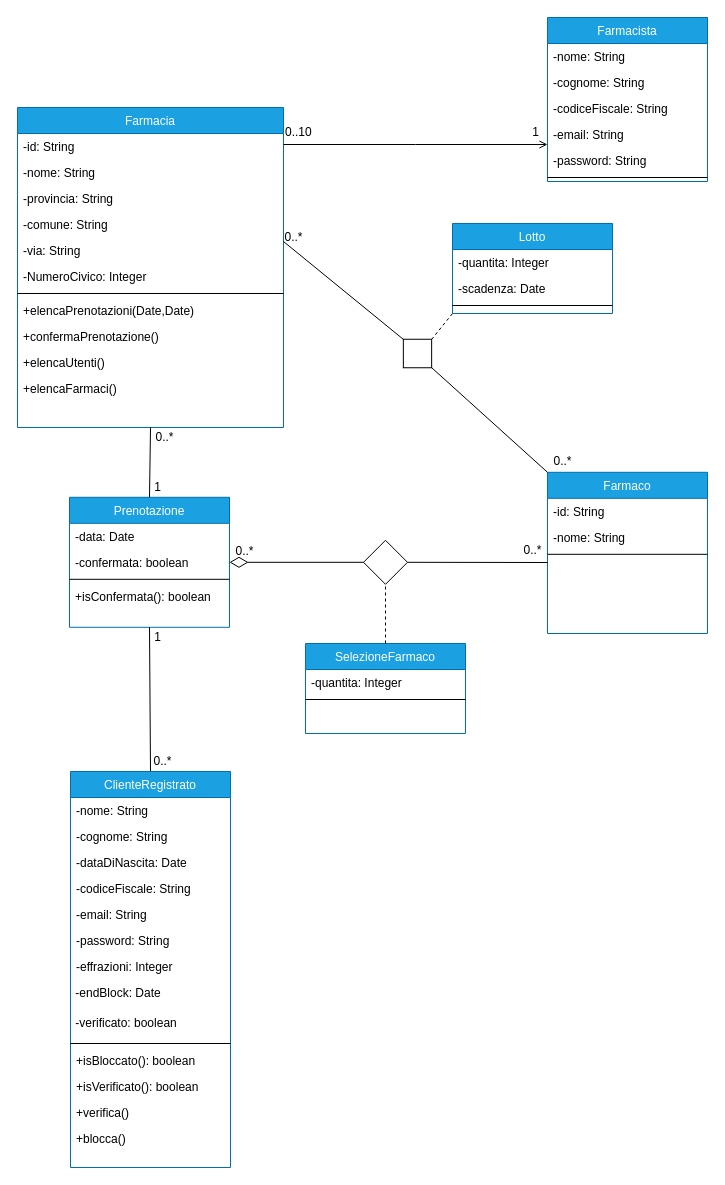
lnwor/farmabyte-doc keeps this draw.io diagram as page "DominioCliente" (1 of 3) of drawio/Progettazione/DettaglioCliente.drawio. Above is the earlier version. Source tidied: cells renumbered, new cells numbered last; positions are measured from the earlier drawing's top-left corner, leaving out a move shared by most shapes. Both pictures are drawn from the tidied source at 100%, with x=0, y=0 at pixel (17, 17).
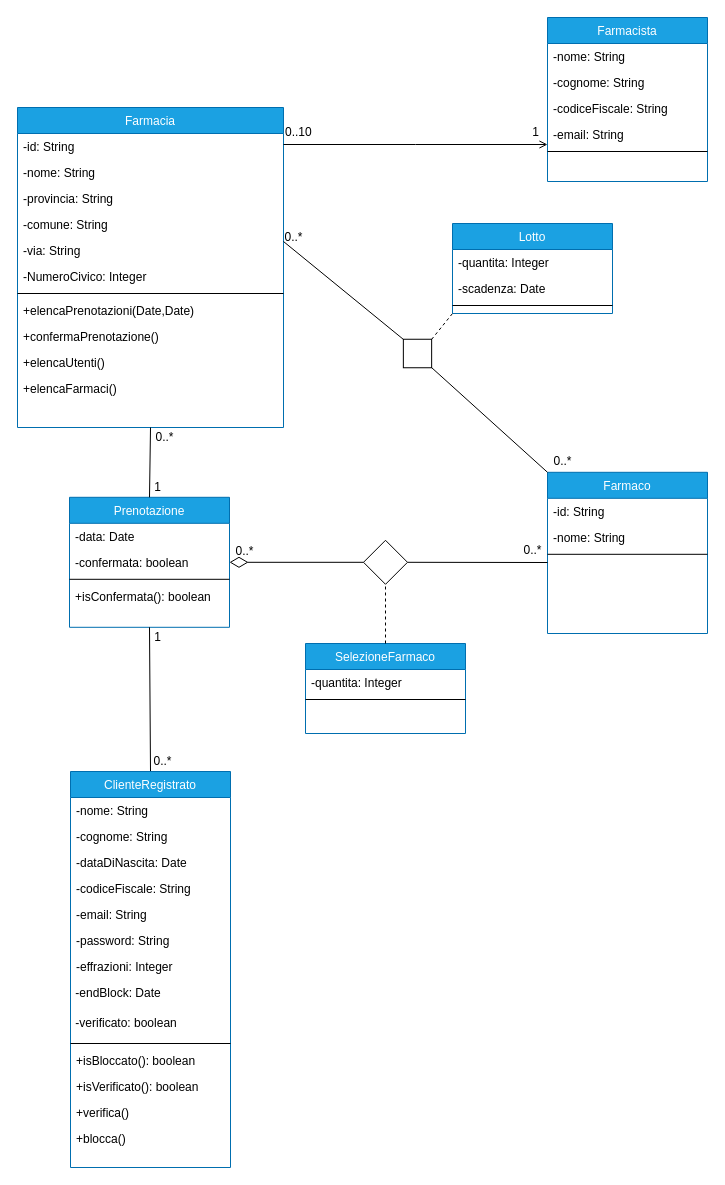
The same diagram, later.

Commit message (it also covers changes not shown here):
rimosse password farmacista

The change refers to these unchanged cells:
```xml
<mxCell id="14" value="Farmacista" style="swimlane;fontStyle=0;align=center;verticalAlign=top;horizontal=1;startSize=26;rounded=0;shadow=0;strokeWidth=1;fillColor=#1ba1e2;strokeColor=#006EAF;fontColor=#ffffff;" parent="1" vertex="1">
  <mxGeometry x="530" width="160" height="164" as="geometry" />
</mxCell>
```

What changed in the source:
```diff
@@
-    <mxCell id="19" value="-password: String" style="text;align=left;verticalAlign=top;spacingLeft=4;spacingRight=4;overflow=hidden;" parent="14" vertex="1">
-      <mxGeometry y="130" width="160" height="26" as="geometry" />
-    </mxCell>
     <mxCell id="20" style="line;html=1;strokeWidth=1;align=left;verticalAlign=middle;spacingTop=-1;spacingLeft=3;spacingRight=3;labelPosition=right;" parent="14" vertex="1">
-      <mxGeometry y="156" width="160" height="8" as="geometry" />
+      <mxGeometry y="130" width="160" height="8" as="geometry" />
     </mxCell>
```
